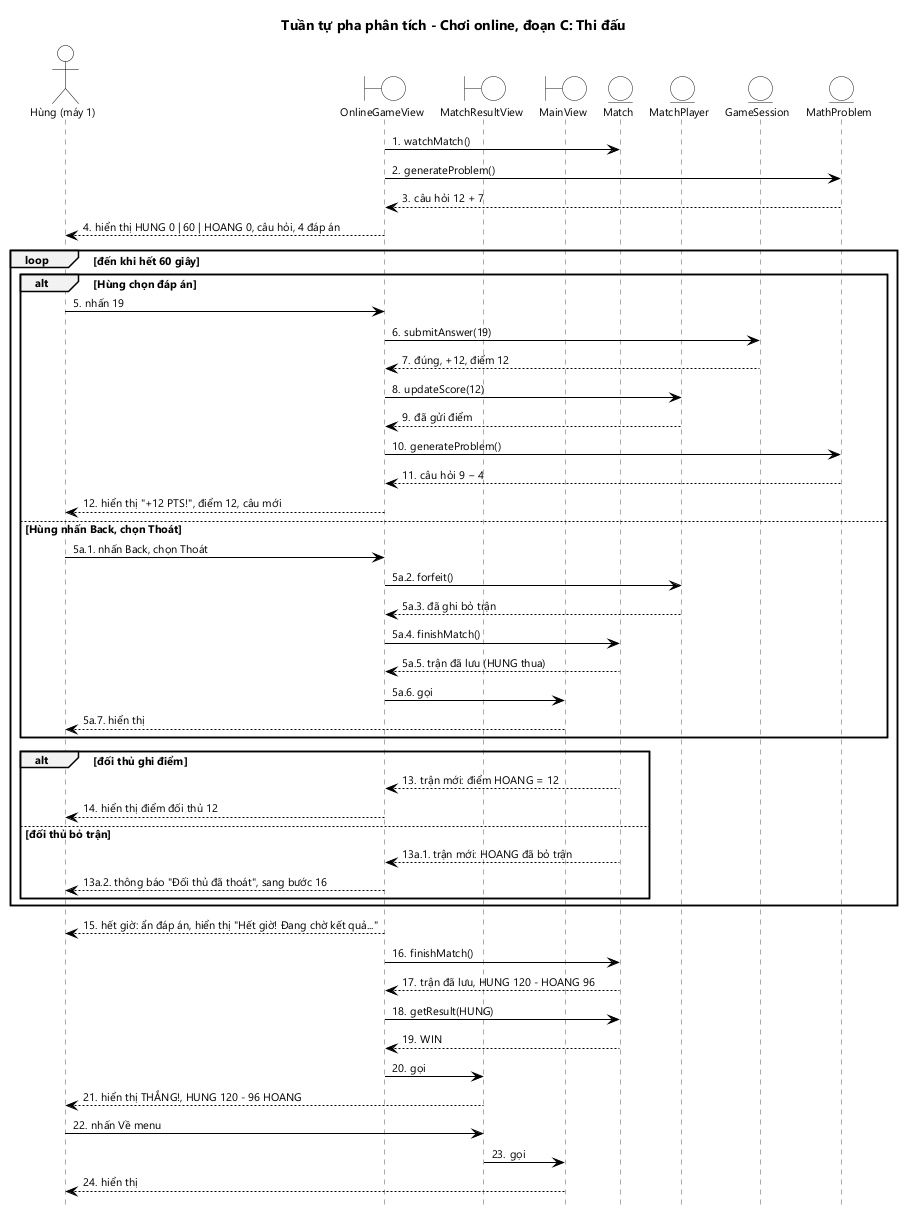
Before: docs/hung/tuan-tu-phan-tich-uc05c.png, a diagram exported from PlantUML (HungNguyenBa1811/math-dash). Source of this version:
```plantuml
@startuml tuan-tu-phan-tich-uc05c
!include _seq.iuml
title Tuần tự pha phân tích - Chơi online, đoạn C: Thi đấu

actor "Hùng (máy 1)" as U
boundary OnlineGameView as GV
boundary MatchResultView as RV
boundary MainView as MV
entity Match as M
entity MatchPlayer as MP
entity GameSession as GS
entity MathProblem as MPr

GV -> M : watchMatch()
GV -> MPr : generateProblem()
MPr --> GV : câu hỏi 12 + 7
GV --> U : hiển thị HUNG 0 | 60 | HOANG 0, câu hỏi, 4 đáp án
loop đến khi hết 60 giây
  alt Hùng chọn đáp án
    U -> GV : nhấn 19
    GV -> GS : submitAnswer(19)
    GS --> GV : đúng, +12, điểm 12
    GV -> MP : updateScore(12)
    MP --> GV : đã gửi điểm
    GV -> MPr : generateProblem()
    MPr --> GV : câu hỏi 9 − 4
    GV --> U : hiển thị "+12 PTS!", điểm 12, câu mới
  else Hùng nhấn Back, chọn Thoát
    autonumber stop
    U -> GV : 5a.1. nhấn Back, chọn Thoát
    GV -> MP : 5a.2. forfeit()
    MP --> GV : 5a.3. đã ghi bỏ trận
    GV -> M : 5a.4. finishMatch()
    M --> GV : 5a.5. trận đã lưu (HUNG thua)
    GV -> MV : 5a.6. gọi
    MV --> U : 5a.7. hiển thị
    autonumber resume
  end
  alt đối thủ ghi điểm
    M --> GV : trận mới: điểm HOANG = 12
    GV --> U : hiển thị điểm đối thủ 12
  else đối thủ bỏ trận
    autonumber stop
    M --> GV : 13a.1. trận mới: HOANG đã bỏ trận
    GV --> U : 13a.2. thông báo "Đối thủ đã thoát", sang bước 16
    autonumber resume
  end
end
GV --> U : hết giờ: ẩn đáp án, hiển thị "Hết giờ! Đang chờ kết quả..."
GV -> M : finishMatch()
M --> GV : trận đã lưu, HUNG 120 - HOANG 96
GV -> M : getResult(HUNG)
M --> GV : WIN
GV -> RV : gọi
RV --> U : hiển thị THẮNG!, HUNG 120 - 96 HOANG
U -> RV : nhấn Về menu
RV -> MV : gọi
MV --> U : hiển thị
@enduml
```
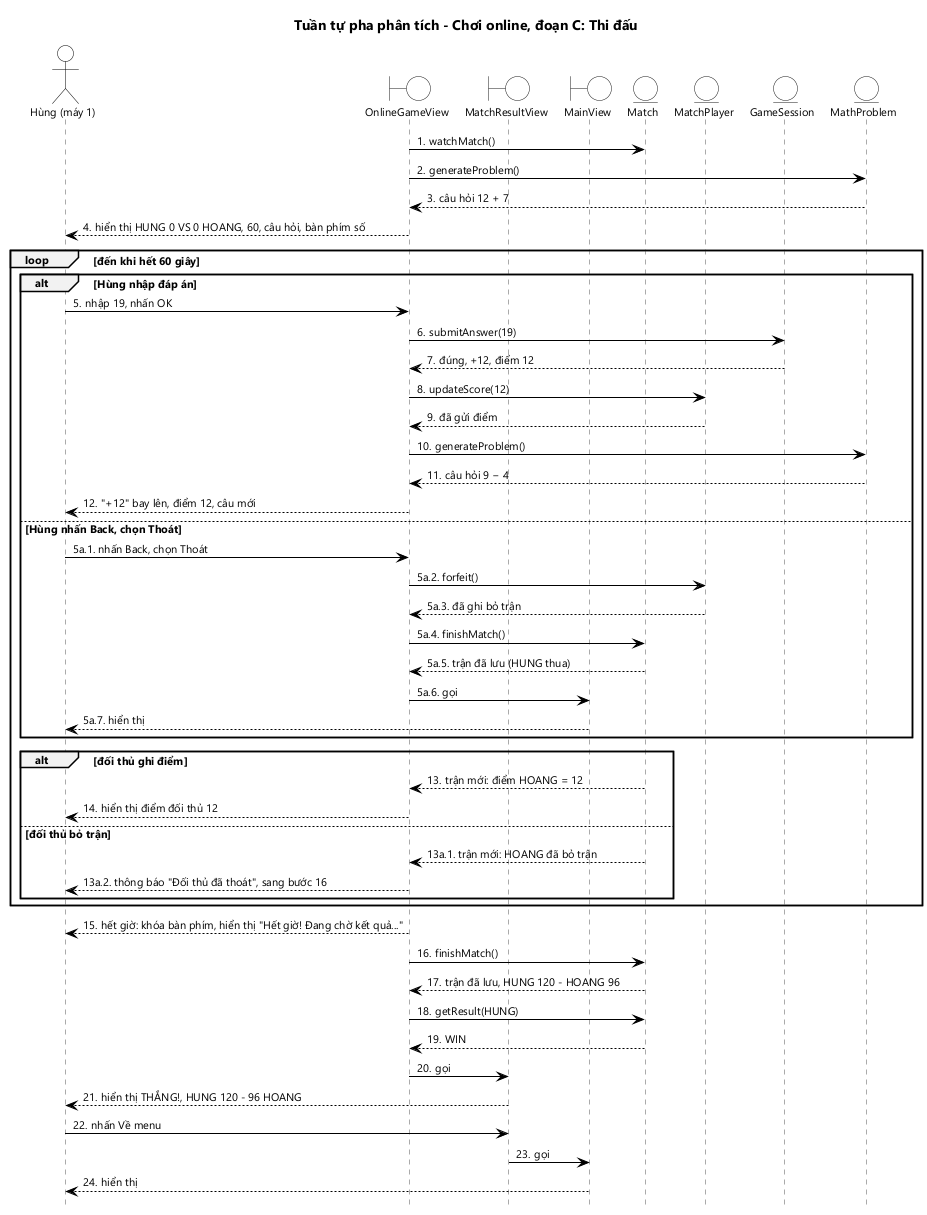
Later version of the same file.

The edit, as a diff of the source:
```diff
@@ -14,17 +14,17 @@
 GV -> M : watchMatch()
 GV -> MPr : generateProblem()
 MPr --> GV : câu hỏi 12 + 7
-GV --> U : hiển thị HUNG 0 | 60 | HOANG 0, câu hỏi, 4 đáp án
+GV --> U : hiển thị HUNG 0 VS 0 HOANG, 60, câu hỏi, bàn phím số
 loop đến khi hết 60 giây
-  alt Hùng chọn đáp án
-    U -> GV : nhấn 19
+  alt Hùng nhập đáp án
+    U -> GV : nhập 19, nhấn OK
     GV -> GS : submitAnswer(19)
     GS --> GV : đúng, +12, điểm 12
     GV -> MP : updateScore(12)
     MP --> GV : đã gửi điểm
     GV -> MPr : generateProblem()
     MPr --> GV : câu hỏi 9 − 4
-    GV --> U : hiển thị "+12 PTS!", điểm 12, câu mới
+    GV --> U : "+12" bay lên, điểm 12, câu mới
   else Hùng nhấn Back, chọn Thoát
     autonumber stop
     U -> GV : 5a.1. nhấn Back, chọn Thoát
@@ -46,7 +46,7 @@
     autonumber resume
   end
 end
-GV --> U : hết giờ: ẩn đáp án, hiển thị "Hết giờ! Đang chờ kết quả..."
+GV --> U : hết giờ: khóa bàn phím, hiển thị "Hết giờ! Đang chờ kết quả..."
 GV -> M : finishMatch()
 M --> GV : trận đã lưu, HUNG 120 - HOANG 96
 GV -> M : getResult(HUNG)
```
